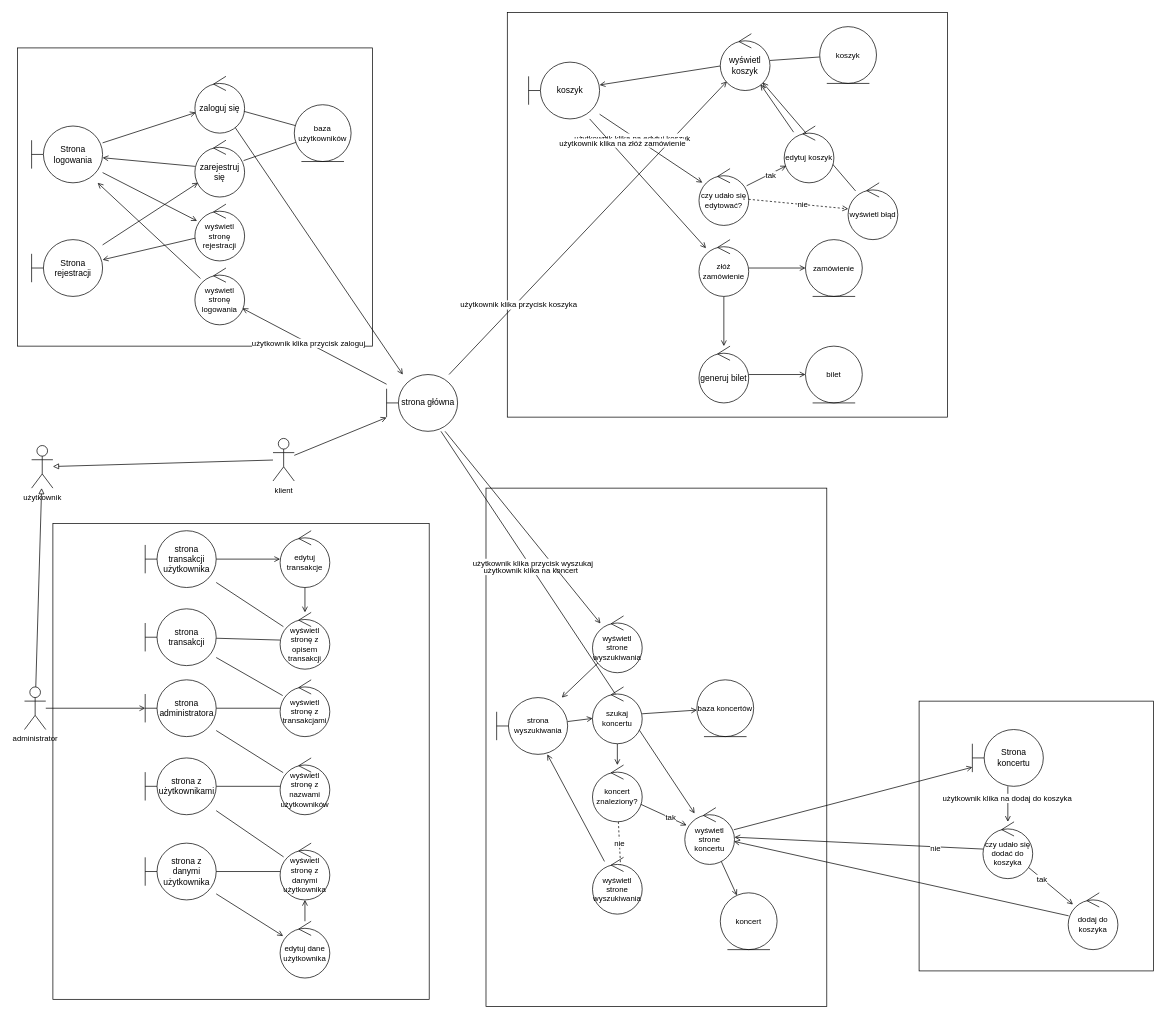
Earlier version of the draw.io diagram diagram_analityczny.drawio (imgres2002/projekt_PSI). Source tidied: cells renumbered, new cells numbered last; positions are measured from the earlier drawing's top-left corner, leaving out a move shared by most shapes. Both pictures are drawn from the tidied source at 71%, with x=0, y=0 at pixel (17, 12).
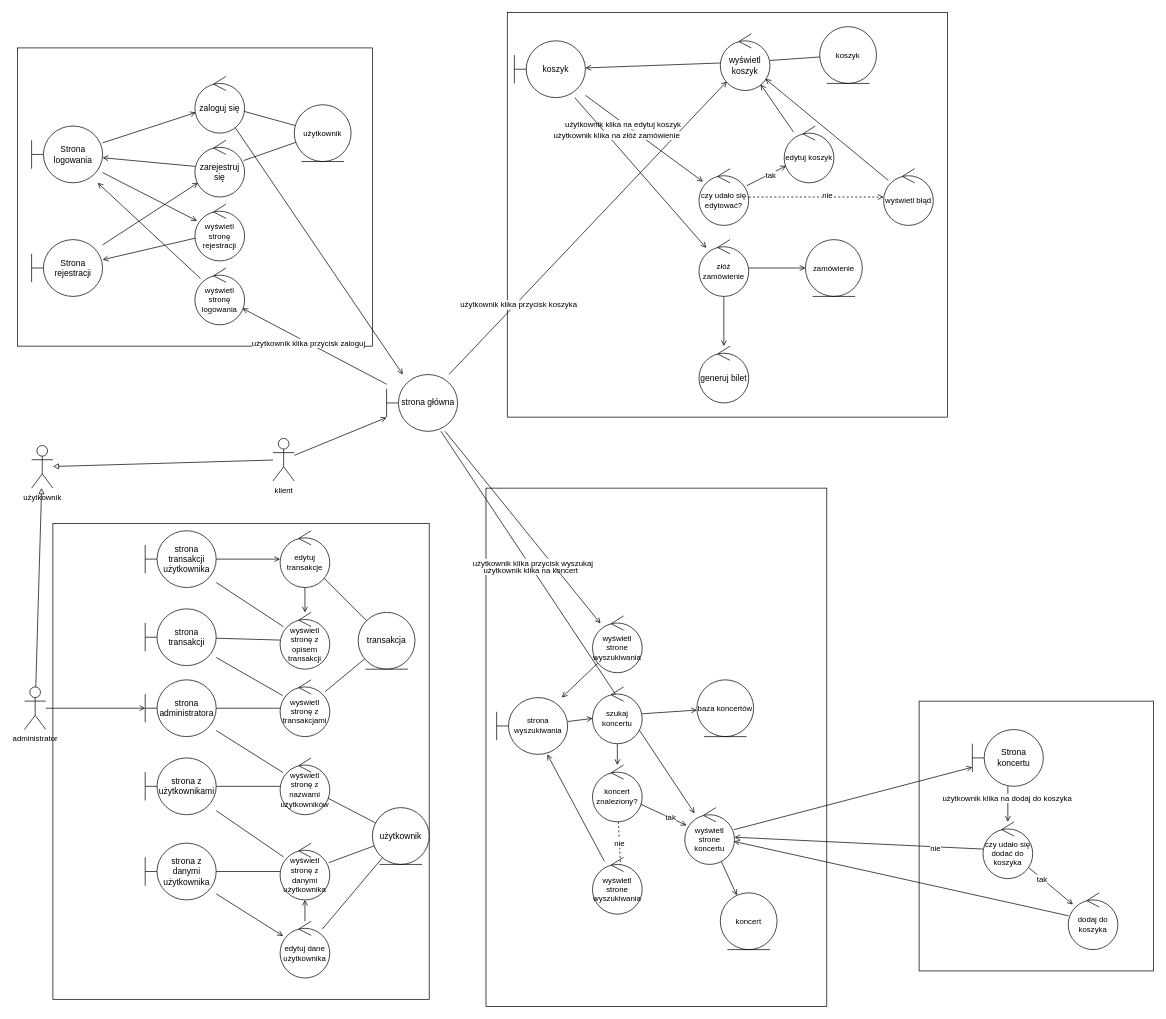
The same diagram, later.

Unchanged cells that the change refers to:
```xml
<mxCell id="40" value="generuj bilet" style="ellipse;shape=umlControl;whiteSpace=wrap;html=1;" parent="1" vertex="1">
  <mxGeometry x="960" y="470" width="70" height="80" as="geometry" />
</mxCell>
<mxCell id="97" value="wyświetl stronę z transakcjami" style="ellipse;shape=umlControl;whiteSpace=wrap;html=1;fontFamily=Helvetica;fontSize=11;fontColor=default;" parent="1" vertex="1">
  <mxGeometry x="370" y="940" width="70" height="80" as="geometry" />
</mxCell>
<mxCell id="105" value="edytuj transakcje" style="ellipse;shape=umlControl;whiteSpace=wrap;html=1;fontFamily=Helvetica;fontSize=11;fontColor=default;" parent="1" vertex="1">
  <mxGeometry x="370" y="730" width="70" height="80" as="geometry" />
</mxCell>
<mxCell id="107" value="wyświetl stronę z nazwami użytkowników" style="ellipse;shape=umlControl;whiteSpace=wrap;html=1;fontFamily=Helvetica;fontSize=11;fontColor=default;" parent="1" vertex="1">
  <mxGeometry x="370" y="1050" width="70" height="80" as="geometry" />
</mxCell>
<mxCell id="113" value="wyświetl stronę z danymi użytkownika" style="ellipse;shape=umlControl;whiteSpace=wrap;html=1;fontFamily=Helvetica;fontSize=11;fontColor=default;" parent="1" vertex="1">
  <mxGeometry x="370" y="1170" width="70" height="80" as="geometry" />
</mxCell>
<mxCell id="115" value="edytuj dane użytkownika" style="ellipse;shape=umlControl;whiteSpace=wrap;html=1;fontFamily=Helvetica;fontSize=11;fontColor=default;" parent="1" vertex="1">
  <mxGeometry x="370" y="1280" width="70" height="80" as="geometry" />
</mxCell>
```

Diff of the diagram source:
```diff
@@
     <mxCell id="25" value="koszyk" style="shape=umlBoundary;whiteSpace=wrap;html=1;" parent="1" vertex="1">
-      <mxGeometry x="720" y="70" width="100" height="80" as="geometry" />
+      <mxGeometry x="700" y="40" width="100" height="80" as="geometry" />
     </mxCell>
@@
-    <mxCell id="39" style="edgeStyle=none;shape=connector;rounded=0;jettySize=auto;html=1;labelBackgroundColor=default;strokeColor=default;fontFamily=Helvetica;fontSize=11;fontColor=default;startArrow=none;startFill=0;endArrow=open;endFill=0;" parent="1" edge="1" source="40" target="88">
-      <mxGeometry relative="1" as="geometry" />
-    </mxCell>
@@
-    <mxCell id="72" value="baza użytkowników" style="ellipse;shape=umlEntity;whiteSpace=wrap;html=1;fontFamily=Helvetica;fontSize=11;fontColor=default;" parent="1" vertex="1">
+    <mxCell id="72" value="użytkownik" style="ellipse;shape=umlEntity;whiteSpace=wrap;html=1;fontFamily=Helvetica;fontSize=11;fontColor=default;" parent="1" vertex="1">
       <mxGeometry x="390" y="130" width="80" height="80" as="geometry" />
     </mxCell>
@@
     <mxCell id="82" value="wyświetl błąd" style="ellipse;shape=umlControl;whiteSpace=wrap;html=1;fontFamily=Helvetica;fontSize=11;fontColor=default;" parent="1" vertex="1">
-      <mxGeometry x="1170" y="240" width="70" height="80" as="geometry" />
+      <mxGeometry x="1220" y="220" width="70" height="80" as="geometry" />
     </mxCell>
@@
-    <mxCell id="88" value="bilet" style="ellipse;shape=umlEntity;whiteSpace=wrap;html=1;fontFamily=Helvetica;fontSize=11;fontColor=default;" parent="1" vertex="1">
-      <mxGeometry x="1110" y="470" width="80" height="80" as="geometry" />
-    </mxCell>
@@
+    <mxCell id="116" style="edgeStyle=none;rounded=0;jettySize=auto;html=1;endArrow=none;endFill=0;" parent="1" edge="1" source="97" target="122">
+      <mxGeometry relative="1" as="geometry" />
+    </mxCell>
@@
+    <mxCell id="117" style="edgeStyle=none;rounded=0;jettySize=auto;html=1;endArrow=none;endFill=0;" parent="1" edge="1" source="105" target="122">
+      <mxGeometry relative="1" as="geometry" />
+    </mxCell>
@@
+    <mxCell id="118" style="edgeStyle=none;rounded=0;jettySize=auto;html=1;endArrow=none;endFill=0;" parent="1" edge="1" source="107" target="121">
+      <mxGeometry relative="1" as="geometry" />
+    </mxCell>
@@
+    <mxCell id="119" style="edgeStyle=none;rounded=0;jettySize=auto;html=1;endArrow=none;endFill=0;" parent="1" edge="1" source="113" target="121">
+      <mxGeometry relative="1" as="geometry" />
+    </mxCell>
@@
+    <mxCell id="120" style="edgeStyle=none;rounded=0;jettySize=auto;html=1;endArrow=none;endFill=0;" parent="1" edge="1" source="115" target="121">
+      <mxGeometry relative="1" as="geometry" />
+    </mxCell>
@@
+    <mxCell id="121" value="użytkownik" style="ellipse;shape=umlEntity;whiteSpace=wrap;html=1;" parent="1" vertex="1">
+      <mxGeometry x="500" y="1120" width="80" height="80" as="geometry" />
+    </mxCell>
+    <mxCell id="122" value="transakcja" style="ellipse;shape=umlEntity;whiteSpace=wrap;html=1;" parent="1" vertex="1">
+      <mxGeometry x="480" y="845" width="80" height="80" as="geometry" />
+    </mxCell>
```
